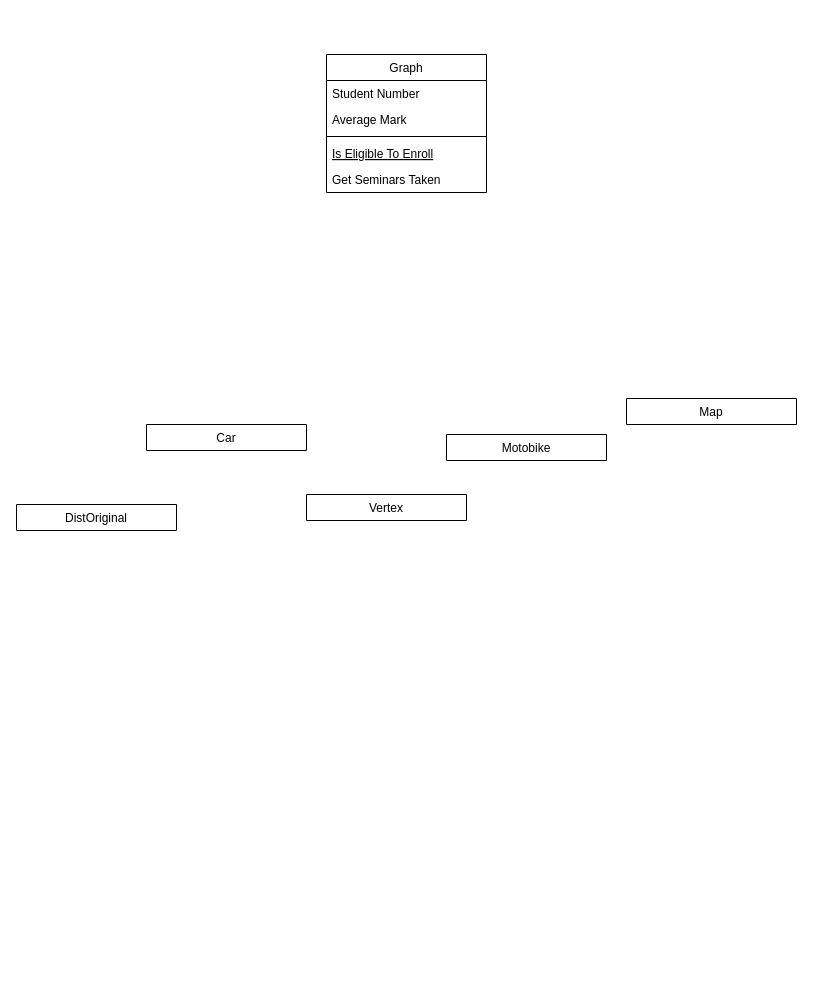
The draw.io diagram ab.drawio in bao201102/Doan_CTDL, before the edit. Source tidied: cells renumbered, new cells numbered last; positions are measured from the earlier drawing's top-left corner, leaving out a move shared by most shapes. Both pictures are drawn from the tidied source at 100%, with x=0, y=0 at pixel (16, 54).
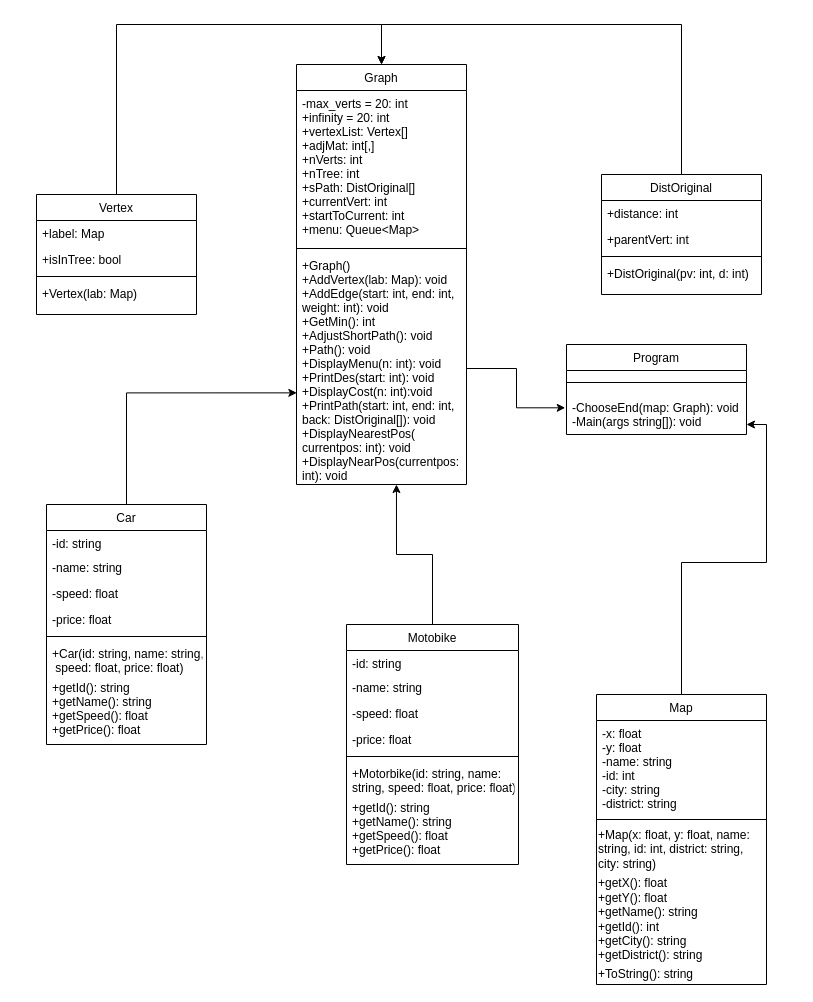
The same diagram, later.

What changed in the source:
```diff
@@
+    <mxCell id="13" style="edgeStyle=orthogonalEdgeStyle;rounded=0;jettySize=auto;html=1;exitX=0.5;exitY=0;exitDx=0;exitDy=0;entryX=0.5;entryY=0;entryDx=0;entryDy=0;" parent="1" edge="1" source="2" target="6">
+      <mxGeometry relative="1" as="geometry">
+        <Array as="points">
+          <mxPoint x="100" y="-30" />
+          <mxPoint x="365" y="-30" />
+        </Array>
+      </mxGeometry>
+    </mxCell>
-    <mxCell id="2" value="Vertex" style="swimlane;fontStyle=0;align=center;verticalAlign=top;horizontal=1;startSize=26;rounded=0;shadow=0;strokeWidth=1;" parent="1" vertex="1" collapsed="1">
-      <mxGeometry x="290" y="440" width="160" height="26" as="geometry" />
+    <mxCell id="2" value="Vertex" style="swimlane;fontStyle=0;align=center;verticalAlign=top;horizontal=1;startSize=26;rounded=0;shadow=0;strokeWidth=1;" parent="1" vertex="1">
+      <mxGeometry x="20" y="140" width="160" height="120" as="geometry" />
     </mxCell>
+    <mxCell id="14" value="+label: Map" style="text;align=left;verticalAlign=top;spacingLeft=4;spacingRight=4;overflow=hidden;" parent="2" vertex="1">
+      <mxGeometry y="26" width="160" height="26" as="geometry" />
+    </mxCell>
+    <mxCell id="15" value="+isInTree: bool" style="text;align=left;verticalAlign=top;spacingLeft=4;spacingRight=4;overflow=hidden;rounded=0;shadow=0;html=0;" parent="2" vertex="1">
+      <mxGeometry y="52" width="160" height="26" as="geometry" />
+    </mxCell>
+    <mxCell id="16" style="line;html=1;strokeWidth=1;align=left;verticalAlign=middle;spacingTop=-1;spacingLeft=3;spacingRight=3;labelPosition=right;" parent="2" vertex="1">
+      <mxGeometry y="78" width="160" height="8" as="geometry" />
+    </mxCell>
+    <mxCell id="17" value="+Vertex(lab: Map)" style="text;align=left;verticalAlign=top;spacingLeft=4;spacingRight=4;overflow=hidden;" parent="2" vertex="1">
+      <mxGeometry y="86" width="160" height="26" as="geometry" />
+    </mxCell>
+    <mxCell id="18" style="edgeStyle=orthogonalEdgeStyle;rounded=0;jettySize=auto;html=1;exitX=0.5;exitY=0;exitDx=0;exitDy=0;entryX=0.5;entryY=0;entryDx=0;entryDy=0;" parent="1" edge="1" source="3" target="6">
+      <mxGeometry relative="1" as="geometry">
+        <Array as="points">
+          <mxPoint x="665" y="-30" />
+          <mxPoint x="365" y="-30" />
+        </Array>
+      </mxGeometry>
+    </mxCell>
-    <mxCell id="3" value="DistOriginal" style="swimlane;fontStyle=0;align=center;verticalAlign=top;horizontal=1;startSize=26;rounded=0;shadow=0;strokeWidth=1;" parent="1" vertex="1" collapsed="1">
-      <mxGeometry y="450" width="160" height="26" as="geometry" />
+    <mxCell id="3" value="DistOriginal" style="swimlane;fontStyle=0;align=center;verticalAlign=top;horizontal=1;startSize=26;rounded=0;shadow=0;strokeWidth=1;" parent="1" vertex="1">
+      <mxGeometry x="585" y="120" width="160" height="120" as="geometry" />
     </mxCell>
+    <mxCell id="19" value="+distance: int" style="text;align=left;verticalAlign=top;spacingLeft=4;spacingRight=4;overflow=hidden;" parent="3" vertex="1">
+      <mxGeometry y="26" width="160" height="26" as="geometry" />
+    </mxCell>
+    <mxCell id="20" value="+parentVert: int" style="text;align=left;verticalAlign=top;spacingLeft=4;spacingRight=4;overflow=hidden;rounded=0;shadow=0;html=0;" parent="3" vertex="1">
+      <mxGeometry y="52" width="160" height="26" as="geometry" />
+    </mxCell>
+    <mxCell id="21" style="line;html=1;strokeWidth=1;align=left;verticalAlign=middle;spacingTop=-1;spacingLeft=3;spacingRight=3;labelPosition=right;" parent="3" vertex="1">
+      <mxGeometry y="78" width="160" height="8" as="geometry" />
+    </mxCell>
+    <mxCell id="22" value="+DistOriginal(pv: int, d: int)" style="text;align=left;verticalAlign=top;spacingLeft=4;spacingRight=4;overflow=hidden;" parent="3" vertex="1">
+      <mxGeometry y="86" width="160" height="26" as="geometry" />
+    </mxCell>
+    <mxCell id="23" style="edgeStyle=orthogonalEdgeStyle;rounded=0;jettySize=auto;html=1;exitX=0.5;exitY=0;exitDx=0;exitDy=0;entryX=1;entryY=0.833;entryDx=0;entryDy=0;entryPerimeter=0;" parent="1" edge="1" source="4" target="47">
+      <mxGeometry relative="1" as="geometry" />
+    </mxCell>
-    <mxCell id="4" value="Map" style="swimlane;fontStyle=0;align=center;verticalAlign=top;horizontal=1;startSize=26;rounded=0;shadow=0;strokeWidth=1;" parent="1" vertex="1" collapsed="1">
-      <mxGeometry x="610" y="344" width="170" height="26" as="geometry" />
+    <mxCell id="4" value="Map" style="swimlane;fontStyle=0;align=center;verticalAlign=top;horizontal=1;startSize=26;rounded=0;shadow=0;strokeWidth=1;" parent="1" vertex="1">
+      <mxGeometry x="580" y="640" width="170" height="290" as="geometry" />
     </mxCell>
+    <mxCell id="24" value="-x: float&#10;-y: float&#10;-name: string&#10;-id: int&#10;-city: string&#10;-district: string" style="text;align=left;verticalAlign=top;spacingLeft=4;spacingRight=4;overflow=hidden;" parent="4" vertex="1">
+      <mxGeometry y="26" width="170" height="94" as="geometry" />
+    </mxCell>
+    <mxCell id="25" style="line;html=1;strokeWidth=1;align=left;verticalAlign=middle;spacingTop=-1;spacingLeft=3;spacingRight=3;labelPosition=right;" parent="4" vertex="1">
+      <mxGeometry y="120" width="170" height="10" as="geometry" />
+    </mxCell>
+    <mxCell id="26" value="+Map(x: float, y: float, name:&lt;br&gt;&lt;div&gt;&lt;span&gt;string, id: int, district: string,&lt;/span&gt;&lt;/div&gt;&lt;div&gt;&lt;span&gt;city: string)&lt;/span&gt;&lt;/div&gt;" style="text;html=1;align=left;verticalAlign=middle;strokeColor=none;fillColor=none;fontFamily=Helvetica;" parent="4" vertex="1">
+      <mxGeometry y="130" width="170" height="50" as="geometry" />
+    </mxCell>
+    <mxCell id="27" value="+getX(): float&lt;br&gt;+getY(): float&lt;br&gt;+getName(): string&lt;br&gt;+getId(): int&lt;br&gt;+getCity(): string&lt;br&gt;+getDistrict(): string" style="text;html=1;align=left;verticalAlign=middle;strokeColor=none;fillColor=none;fontFamily=Helvetica;" parent="4" vertex="1">
+      <mxGeometry y="180" width="170" height="90" as="geometry" />
+    </mxCell>
+    <mxCell id="28" value="+ToString(): string" style="text;html=1;align=left;verticalAlign=middle;strokeColor=none;fillColor=none;fontFamily=Helvetica;" parent="4" vertex="1">
+      <mxGeometry y="270" width="170" height="20" as="geometry" />
+    </mxCell>
+    <mxCell id="29" style="edgeStyle=orthogonalEdgeStyle;rounded=0;jettySize=auto;html=1;exitX=0.5;exitY=0;exitDx=0;exitDy=0;entryX=0.002;entryY=0.605;entryDx=0;entryDy=0;entryPerimeter=0;" parent="1" edge="1" source="5" target="10">
+      <mxGeometry relative="1" as="geometry" />
+    </mxCell>
-    <mxCell id="5" value="Car" style="swimlane;fontStyle=0;align=center;verticalAlign=top;horizontal=1;startSize=26;rounded=0;shadow=0;strokeWidth=1;" parent="1" vertex="1" collapsed="1">
-      <mxGeometry x="130" y="370" width="160" height="26" as="geometry" />
+    <mxCell id="5" value="Car" style="swimlane;fontStyle=0;align=center;verticalAlign=top;horizontal=1;startSize=26;rounded=0;shadow=0;strokeWidth=1;" parent="1" vertex="1">
+      <mxGeometry x="30" y="450" width="160" height="240" as="geometry" />
     </mxCell>
+    <mxCell id="30" value="-id: string" style="text;align=left;verticalAlign=top;spacingLeft=4;spacingRight=4;overflow=hidden;" parent="5" vertex="1">
+      <mxGeometry y="26" width="160" height="24" as="geometry" />
+    </mxCell>
+    <mxCell id="31" value="-name: string" style="text;align=left;verticalAlign=top;spacingLeft=4;spacingRight=4;overflow=hidden;rounded=0;shadow=0;html=0;" parent="5" vertex="1">
+      <mxGeometry y="50" width="160" height="26" as="geometry" />
+    </mxCell>
+    <mxCell id="32" value="-speed: float" style="text;align=left;verticalAlign=top;spacingLeft=4;spacingRight=4;overflow=hidden;rounded=0;shadow=0;html=0;" parent="5" vertex="1">
+      <mxGeometry y="76" width="160" height="26" as="geometry" />
+    </mxCell>
+    <mxCell id="33" value="-price: float" style="text;align=left;verticalAlign=top;spacingLeft=4;spacingRight=4;overflow=hidden;rounded=0;shadow=0;html=0;" parent="5" vertex="1">
+      <mxGeometry y="102" width="160" height="26" as="geometry" />
+    </mxCell>
+    <mxCell id="34" style="line;html=1;strokeWidth=1;align=left;verticalAlign=middle;spacingTop=-1;spacingLeft=3;spacingRight=3;labelPosition=right;" parent="5" vertex="1">
+      <mxGeometry y="128" width="160" height="8" as="geometry" />
+    </mxCell>
+    <mxCell id="35" value="+Car(id: string, name: string,&#10; speed: float, price: float)&#10;" style="text;align=left;verticalAlign=top;spacingLeft=4;spacingRight=4;overflow=hidden;fontFamily=Helvetica;" parent="5" vertex="1">
+      <mxGeometry y="136" width="160" height="34" as="geometry" />
+    </mxCell>
+    <mxCell id="36" value="+getId(): string&#10;+getName(): string&#10;+getSpeed(): float&#10;+getPrice(): float" style="text;align=left;verticalAlign=top;spacingLeft=4;spacingRight=4;overflow=hidden;fontFamily=Helvetica;" parent="5" vertex="1">
+      <mxGeometry y="170" width="160" height="70" as="geometry" />
+    </mxCell>
     <mxCell id="6" value="Graph" style="swimlane;fontStyle=0;align=center;verticalAlign=top;horizontal=1;startSize=26;rounded=0;shadow=0;strokeWidth=1;" parent="1" vertex="1">
-      <mxGeometry x="310" width="160" height="138" as="geometry" />
+      <mxGeometry x="280" y="10" width="170" height="420" as="geometry" />
     </mxCell>
-    <mxCell id="7" value="Student Number" style="text;align=left;verticalAlign=top;spacingLeft=4;spacingRight=4;overflow=hidden;" parent="6" vertex="1">
-      <mxGeometry y="26" width="160" height="26" as="geometry" />
+    <mxCell id="7" value="-max_verts = 20: int&#10;+infinity = 20: int&#10;+vertexList: Vertex[]&#10;+adjMat: int[,]&#10;+nVerts: int&#10;+nTree: int&#10;+sPath: DistOriginal[]&#10;+currentVert: int&#10;+startToCurrent: int&#10;+menu: Queue&lt;Map&gt;" style="text;align=left;verticalAlign=top;spacingLeft=4;spacingRight=4;overflow=hidden;" parent="6" vertex="1">
+      <mxGeometry y="26" width="170" height="154" as="geometry" />
     </mxCell>
-    <mxCell id="8" value="Average Mark" style="text;align=left;verticalAlign=top;spacingLeft=4;spacingRight=4;overflow=hidden;rounded=0;shadow=0;html=0;" parent="6" vertex="1">
-      <mxGeometry y="52" width="160" height="26" as="geometry" />
-    </mxCell>
     <mxCell id="9" style="line;html=1;strokeWidth=1;align=left;verticalAlign=middle;spacingTop=-1;spacingLeft=3;spacingRight=3;labelPosition=right;" parent="6" vertex="1">
-      <mxGeometry y="78" width="160" height="8" as="geometry" />
+      <mxGeometry y="180" width="170" height="8" as="geometry" />
     </mxCell>
-    <mxCell id="10" value="Is Eligible To Enroll" style="text;align=left;verticalAlign=top;spacingLeft=4;spacingRight=4;overflow=hidden;points=[[0,0.5],[1,0.5]];portConstraint=eastwest;fontStyle=4;" parent="6" vertex="1">
-      <mxGeometry y="86" width="160" height="26" as="geometry" />
+    <mxCell id="10" value="+Graph()&#10;+AddVertex(lab: Map): void&#10;+AddEdge(start: int, end: int,&#10;weight: int): void&#10;+GetMin(): int&#10;+AdjustShortPath(): void&#10;+Path(): void&#10;+DisplayMenu(n: int): void&#10;+PrintDes(start: int): void&#10;+DisplayCost(n: int):void&#10;+PrintPath(start: int, end: int,&#10;back: DistOriginal[]): void&#10;+DisplayNearestPos(&#10;currentpos: int): void&#10;+DisplayNearPos(currentpos:&#10;int): void" style="text;align=left;verticalAlign=top;spacingLeft=4;spacingRight=4;overflow=hidden;points=[[0,0.5],[1,0.5]];portConstraint=eastwest;fontStyle=0;" parent="6" vertex="1">
+      <mxGeometry y="188" width="170" height="232" as="geometry" />
     </mxCell>
-    <mxCell id="11" value="Get Seminars Taken" style="text;align=left;verticalAlign=top;spacingLeft=4;spacingRight=4;overflow=hidden;" parent="6" vertex="1">
-      <mxGeometry y="112" width="160" height="26" as="geometry" />
-    </mxCell>
+    <mxCell id="37" style="edgeStyle=orthogonalEdgeStyle;rounded=0;jettySize=auto;html=1;exitX=0.5;exitY=0;exitDx=0;exitDy=0;entryX=0.588;entryY=1;entryDx=0;entryDy=0;entryPerimeter=0;" parent="1" edge="1" source="12" target="10">
+      <mxGeometry relative="1" as="geometry" />
+    </mxCell>
-    <mxCell id="12" value="Motobike" style="swimlane;fontStyle=0;align=center;verticalAlign=top;horizontal=1;startSize=26;rounded=0;shadow=0;strokeWidth=1;" parent="1" vertex="1" collapsed="1">
-      <mxGeometry x="430" y="380" width="160" height="26" as="geometry" />
+    <mxCell id="12" value="Motobike" style="swimlane;fontStyle=0;align=center;verticalAlign=top;horizontal=1;startSize=26;rounded=0;shadow=0;strokeWidth=1;" parent="1" vertex="1">
+      <mxGeometry x="330" y="570" width="172" height="240" as="geometry" />
     </mxCell>
+    <mxCell id="38" value="-id: string" style="text;align=left;verticalAlign=top;spacingLeft=4;spacingRight=4;overflow=hidden;" parent="12" vertex="1">
+      <mxGeometry y="26" width="172" height="24" as="geometry" />
+    </mxCell>
+    <mxCell id="39" value="-name: string" style="text;align=left;verticalAlign=top;spacingLeft=4;spacingRight=4;overflow=hidden;rounded=0;shadow=0;html=0;" parent="12" vertex="1">
+      <mxGeometry y="50" width="172" height="26" as="geometry" />
+    </mxCell>
+    <mxCell id="40" value="-speed: float" style="text;align=left;verticalAlign=top;spacingLeft=4;spacingRight=4;overflow=hidden;rounded=0;shadow=0;html=0;" parent="12" vertex="1">
+      <mxGeometry y="76" width="172" height="26" as="geometry" />
+    </mxCell>
+    <mxCell id="41" value="-price: float" style="text;align=left;verticalAlign=top;spacingLeft=4;spacingRight=4;overflow=hidden;rounded=0;shadow=0;html=0;" parent="12" vertex="1">
+      <mxGeometry y="102" width="172" height="26" as="geometry" />
+    </mxCell>
+    <mxCell id="42" style="line;html=1;strokeWidth=1;align=left;verticalAlign=middle;spacingTop=-1;spacingLeft=3;spacingRight=3;labelPosition=right;" parent="12" vertex="1">
+      <mxGeometry y="128" width="172" height="8" as="geometry" />
+    </mxCell>
+    <mxCell id="43" value="+Motorbike(id: string, name:&#10;string, speed: float, price: float)&#10;" style="text;align=left;verticalAlign=top;spacingLeft=4;spacingRight=4;overflow=hidden;fontFamily=Helvetica;" parent="12" vertex="1">
+      <mxGeometry y="136" width="172" height="34" as="geometry" />
+    </mxCell>
+    <mxCell id="44" value="+getId(): string&#10;+getName(): string&#10;+getSpeed(): float&#10;+getPrice(): float" style="text;align=left;verticalAlign=top;spacingLeft=4;spacingRight=4;overflow=hidden;fontFamily=Helvetica;" parent="12" vertex="1">
+      <mxGeometry y="170" width="172" height="70" as="geometry" />
+    </mxCell>
+    <mxCell id="45" value="Program" style="swimlane;fontStyle=0;align=center;verticalAlign=top;horizontal=1;startSize=26;rounded=0;shadow=0;strokeWidth=1;" parent="1" vertex="1">
+      <mxGeometry x="550" y="290" width="180" height="90" as="geometry" />
+    </mxCell>
+    <mxCell id="46" style="line;html=1;strokeWidth=1;align=left;verticalAlign=middle;spacingTop=-1;spacingLeft=3;spacingRight=3;labelPosition=right;" parent="45" vertex="1">
+      <mxGeometry y="26" width="180" height="24" as="geometry" />
+    </mxCell>
+    <mxCell id="47" value="-ChooseEnd(map: Graph): void&#10;-Main(args string[]): void" style="text;align=left;verticalAlign=top;spacingLeft=4;spacingRight=4;overflow=hidden;points=[[0,0.5],[1,0.5]];portConstraint=eastwest;" parent="45" vertex="1">
+      <mxGeometry y="50" width="180" height="36" as="geometry" />
+    </mxCell>
+    <mxCell id="48" style="edgeStyle=orthogonalEdgeStyle;rounded=0;jettySize=auto;html=1;exitX=1;exitY=0.5;exitDx=0;exitDy=0;entryX=-0.007;entryY=0.37;entryDx=0;entryDy=0;entryPerimeter=0;" parent="1" edge="1" source="10" target="47">
+      <mxGeometry relative="1" as="geometry" />
+    </mxCell>
```
